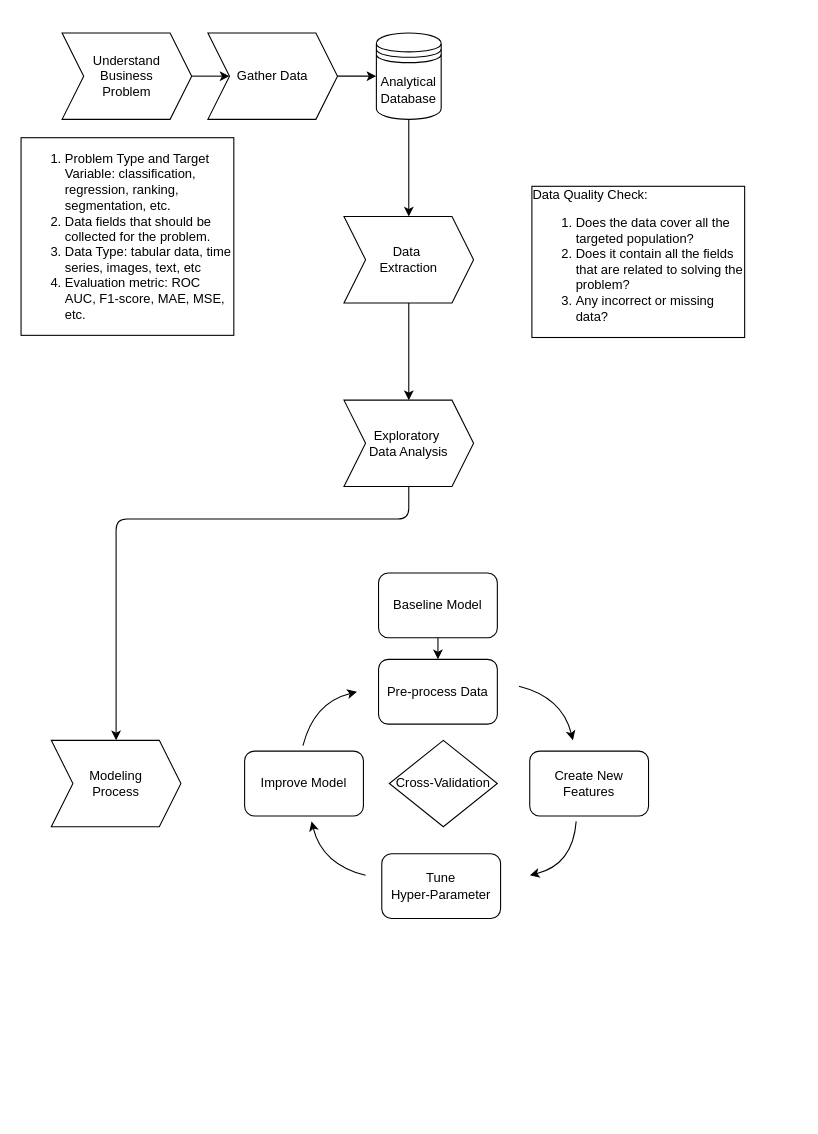
The draw.io diagram Concepts/model_process/ml_process.dio in southnorthist/kaggle_analysis, before the edit. Source tidied: cells renumbered, new cells numbered last; positions are measured from the earlier drawing's top-left corner, leaving out a move shared by most shapes. Both pictures are drawn from the tidied source at 108%, with x=0, y=0 at pixel (18, 32).
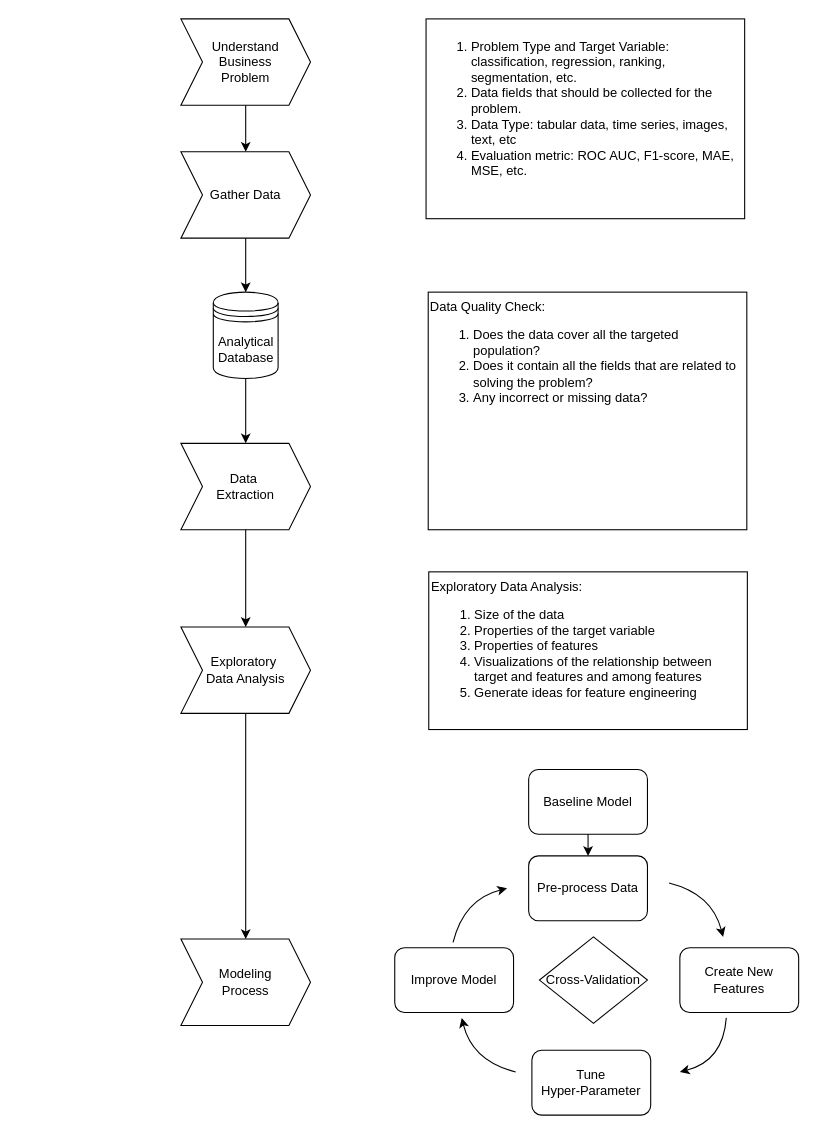
The same diagram, later.

Change to the diagram source:
```diff
@@
-    <mxCell id="2" value="&lt;div&gt;Understand&lt;/div&gt;Business&lt;div&gt;Problem&lt;/div&gt;" style="shape=step;perimeter=stepPerimeter;whiteSpace=wrap;html=1;fixedSize=1;" parent="1" vertex="1">
-      <mxGeometry x="40" width="120" height="80" as="geometry" />
+    <mxCell id="2" value="&lt;div&gt;Understand&lt;/div&gt;Business&lt;div&gt;Problem&lt;/div&gt;" style="shape=step;perimeter=stepPerimeter;whiteSpace=wrap;html=1;fixedSize=1;fillColor=#FFFFFF;fontColor=#000000;labelBorderColor=none;strokeColor=#000000;shadow=0;" parent="1" vertex="1">
+      <mxGeometry x="150" y="-13" width="120" height="80" as="geometry" />
     </mxCell>
-    <mxCell id="3" value="Gather Data" style="shape=step;perimeter=stepPerimeter;whiteSpace=wrap;html=1;fixedSize=1;" parent="1" vertex="1">
-      <mxGeometry x="175" width="120" height="80" as="geometry" />
+    <mxCell id="3" value="Gather Data" style="shape=step;perimeter=stepPerimeter;whiteSpace=wrap;html=1;fixedSize=1;size=20;strokeColor=#000000;fillColor=#FFFFFF;fontColor=#000000;shadow=0;labelBorderColor=none;" parent="1" vertex="1">
+      <mxGeometry x="150" y="110" width="120" height="80" as="geometry" />
     </mxCell>
-    <mxCell id="4" value="Data&amp;nbsp;&lt;div&gt;Extraction&lt;/div&gt;" style="shape=step;perimeter=stepPerimeter;whiteSpace=wrap;html=1;fixedSize=1;" parent="1" vertex="1">
-      <mxGeometry x="301" y="170" width="120" height="80" as="geometry" />
+    <mxCell id="4" value="Data&amp;nbsp;&lt;div&gt;Extraction&lt;/div&gt;" style="shape=step;perimeter=stepPerimeter;whiteSpace=wrap;html=1;fixedSize=1;fontColor=#000000;strokeColor=#000000;shadow=0;labelBorderColor=none;fillColor=#FFFFFF;" parent="1" vertex="1">
+      <mxGeometry x="150" y="380" width="120" height="80" as="geometry" />
     </mxCell>
-    <mxCell id="5" value="Exploratory&amp;nbsp;&lt;div&gt;Data Analysis&lt;/div&gt;" style="shape=step;perimeter=stepPerimeter;whiteSpace=wrap;html=1;fixedSize=1;" parent="1" vertex="1">
-      <mxGeometry x="301" y="340" width="120" height="80" as="geometry" />
+    <mxCell id="5" value="Exploratory&amp;nbsp;&lt;div&gt;Data Analysis&lt;/div&gt;" style="shape=step;perimeter=stepPerimeter;whiteSpace=wrap;html=1;fixedSize=1;fontColor=#000000;strokeColor=#000000;shadow=0;labelBorderColor=none;fillColor=#FFFFFF;" parent="1" vertex="1">
+      <mxGeometry x="150" y="550" width="120" height="80" as="geometry" />
     </mxCell>
-    <mxCell id="6" value="&lt;span&gt;Analytical&lt;/span&gt;&lt;div&gt;Database&lt;/div&gt;" style="shape=datastore;whiteSpace=wrap;html=1;" parent="1" vertex="1">
-      <mxGeometry x="331" width="60" height="80" as="geometry" />
+    <mxCell id="6" value="&lt;span&gt;Analytical&lt;/span&gt;&lt;div&gt;Database&lt;/div&gt;" style="shape=datastore;html=1;labelBackgroundColor=none;fillColor=#FFFFFF;strokeColor=#000000;fontColor=#000000;shadow=0;labelBorderColor=none;" parent="1" vertex="1">
+      <mxGeometry x="180" y="240" width="60" height="80" as="geometry" />
     </mxCell>
-    <mxCell id="7" value="&lt;div style=&quot;text-align: left&quot;&gt;&lt;ol&gt;&lt;li&gt;&lt;span style=&quot;letter-spacing: 0px&quot;&gt;Problem Type and Target Variable: classification, regression, ranking, segmentation, etc&lt;/span&gt;.&lt;/li&gt;&lt;li&gt;Data fields that should be collected for the problem.&lt;/li&gt;&lt;li&gt;Data Type: tabular data, time series, images, text, etc&lt;br&gt;&lt;/li&gt;&lt;li&gt;&lt;span style=&quot;letter-spacing: 0px&quot;&gt;Evaluation metric: ROC AUC, F1-score, MAE, MSE, etc.&lt;/span&gt;&lt;/li&gt;&lt;/ol&gt;&lt;/div&gt;" style="text;html=1;strokeColor=none;fillColor=none;align=left;verticalAlign=top;whiteSpace=wrap;rounded=0;horizontal=1;labelBorderColor=#000000;" parent="1" vertex="1">
-      <mxGeometry y="90" width="200" height="190" as="geometry" />
+    <mxCell id="7" value="&lt;div style=&quot;text-align: left&quot;&gt;&lt;ol&gt;&lt;li&gt;&lt;span style=&quot;background-color: initial; letter-spacing: 0px;&quot;&gt;Problem Type and Target Variable: classification, regression, ranking, segmentation, etc&lt;/span&gt;&lt;span style=&quot;background-color: initial;&quot;&gt;.&lt;/span&gt;&lt;/li&gt;&lt;li&gt;&lt;font&gt;Data fields that should be collected for the problem.&lt;/font&gt;&lt;/li&gt;&lt;li&gt;&lt;font&gt;Data Type: tabular data, time series, images, text, etc&lt;br&gt;&lt;/font&gt;&lt;/li&gt;&lt;li&gt;&lt;span style=&quot;letter-spacing: 0px&quot;&gt;&lt;font&gt;Evaluation metric: ROC AUC, F1-score, MAE, MSE, etc.&lt;/font&gt;&lt;/span&gt;&lt;/li&gt;&lt;/ol&gt;&lt;/div&gt;" style="text;html=1;strokeColor=#000000;fillColor=none;align=left;verticalAlign=top;whiteSpace=wrap;rounded=0;horizontal=1;labelBorderColor=none;fontColor=#000000;shadow=0;" parent="1" vertex="1">
+      <mxGeometry x="377" y="-13" width="295" height="185" as="geometry" />
     </mxCell>
-    <mxCell id="8" value="&lt;div style=&quot;text-align: left&quot;&gt;&lt;div&gt;Data Quality Check:&lt;/div&gt;&lt;ol&gt;&lt;li&gt;&lt;span style=&quot;letter-spacing: 0px&quot;&gt;Does the data cover all the targeted population?&lt;/span&gt;&lt;/li&gt;&lt;li&gt;Does it contain all the fields that are related to solving the problem?&lt;/li&gt;&lt;li&gt;Any incorrect or missing data?&lt;/li&gt;&lt;/ol&gt;&lt;/div&gt;" style="text;html=1;strokeColor=none;fillColor=none;align=left;verticalAlign=top;whiteSpace=wrap;rounded=0;horizontal=1;labelBorderColor=#000000;" parent="1" vertex="1">
-      <mxGeometry x="473" y="135" width="200" height="150" as="geometry" />
+    <mxCell id="8" value="&lt;div style=&quot;text-align: left&quot;&gt;&lt;div&gt;Data Quality Check:&lt;/div&gt;&lt;ol&gt;&lt;li&gt;&lt;span style=&quot;letter-spacing: 0px&quot;&gt;Does the data cover all the targeted population?&lt;/span&gt;&lt;/li&gt;&lt;li&gt;Does it contain all the fields that are related to solving the problem?&lt;/li&gt;&lt;li&gt;Any incorrect or missing data?&lt;/li&gt;&lt;/ol&gt;&lt;/div&gt;" style="text;html=1;strokeColor=#000000;fillColor=none;align=left;verticalAlign=top;whiteSpace=wrap;rounded=0;horizontal=1;labelBorderColor=none;fontColor=#000000;shadow=0;" parent="1" vertex="1">
+      <mxGeometry x="379" y="240" width="295" height="220" as="geometry" />
     </mxCell>
-    <mxCell id="9" style="curved=1;endArrow=classic;html=1;" parent="1" edge="1">
+    <mxCell id="9" style="curved=1;endArrow=classic;html=1;fontColor=#000000;strokeColor=#000000;shadow=0;labelBorderColor=none;" parent="1" edge="1">
       <mxGeometry relative="1" as="geometry">
-        <mxPoint x="263" y="660" as="sourcePoint" />
-        <mxPoint x="313" y="610" as="targetPoint" />
+        <mxPoint x="402" y="842" as="sourcePoint" />
+        <mxPoint x="452" y="792" as="targetPoint" />
         <Array as="points">
-          <mxPoint x="273" y="620" />
+          <mxPoint x="412" y="802" />
         </Array>
       </mxGeometry>
     </mxCell>
-    <mxCell id="10" style="endArrow=classic;html=1;entryX=0.5;entryY=0;exitX=0.5;exitY=1;" parent="1" edge="1" source="6" target="4">
+    <mxCell id="10" style="endArrow=classic;html=1;entryX=0.5;entryY=0;exitX=0.5;exitY=1;fontColor=#000000;strokeColor=#000000;shadow=0;labelBorderColor=none;" parent="1" edge="1" source="6" target="4">
       <mxGeometry relative="1" as="geometry" />
     </mxCell>
-    <mxCell id="11" style="endArrow=classic;html=1;exitX=1;exitY=0.5;entryX=0;entryY=0.5;" parent="1" edge="1" source="2" target="3">
+    <mxCell id="11" style="endArrow=classic;html=1;exitX=0.5;exitY=1;strokeColor=#000000;exitDx=0;exitDy=0;entryX=0.5;entryY=0;entryDx=0;entryDy=0;fontColor=#000000;shadow=0;labelBorderColor=none;" parent="1" edge="1" source="2" target="3">
       <mxGeometry relative="1" as="geometry" />
     </mxCell>
-    <mxCell id="12" style="endArrow=classic;html=1;exitX=1;exitY=0.5;entryX=0;entryY=0.5;" parent="1" edge="1" source="3" target="6">
-      <mxGeometry relative="1" as="geometry" />
+    <mxCell id="12" style="endArrow=classic;html=1;exitX=0.5;exitY=1;entryX=0.5;entryY=0;labelBackgroundColor=#000000;fontColor=#000000;labelBorderColor=none;strokeColor=#000000;shadow=0;" parent="1" edge="1" source="3" target="6">
+      <mxGeometry relative="1" as="geometry">
+        <Array as="points">
+          <mxPoint x="210" y="222" />
+        </Array>
+      </mxGeometry>
     </mxCell>
-    <mxCell id="13" style="endArrow=classic;html=1;exitX=0.5;exitY=1;" parent="1" edge="1" source="4" target="5">
+    <mxCell id="13" style="endArrow=classic;html=1;exitX=0.5;exitY=1;fontColor=#000000;strokeColor=#000000;shadow=0;labelBorderColor=none;" parent="1" edge="1" source="4" target="5">
       <mxGeometry relative="1" as="geometry" />
     </mxCell>
-    <mxCell id="14" style="curved=1;endArrow=classic;html=1;" parent="1" edge="1">
+    <mxCell id="14" style="curved=1;endArrow=classic;html=1;fontColor=#000000;strokeColor=#000000;shadow=0;labelBorderColor=none;" parent="1" edge="1">
       <mxGeometry relative="1" as="geometry">
-        <mxPoint x="321" y="780" as="sourcePoint" />
-        <mxPoint x="271" y="730" as="targetPoint" />
+        <mxPoint x="460" y="962" as="sourcePoint" />
+        <mxPoint x="410" y="912" as="targetPoint" />
         <Array as="points">
-          <mxPoint x="281" y="770" />
+          <mxPoint x="420" y="952" />
         </Array>
       </mxGeometry>
     </mxCell>
-    <mxCell id="15" value="Modeling&lt;div&gt;Process&lt;/div&gt;" style="shape=step;perimeter=stepPerimeter;whiteSpace=wrap;html=1;fixedSize=1;" parent="1" vertex="1">
-      <mxGeometry x="30" y="655" width="120" height="80" as="geometry" />
+    <mxCell id="15" value="Modeling&lt;div&gt;Process&lt;/div&gt;" style="shape=step;perimeter=stepPerimeter;whiteSpace=wrap;html=1;fixedSize=1;fontColor=#000000;strokeColor=#000000;shadow=0;labelBorderColor=none;fillColor=#FFFFFF;" parent="1" vertex="1">
+      <mxGeometry x="150" y="839" width="120" height="80" as="geometry" />
     </mxCell>
-    <mxCell id="16" style="endArrow=classic;html=1;entryX=0.5;entryY=0;exitX=0.5;exitY=1;" parent="1" edge="1" source="5" target="15">
+    <mxCell id="16" style="endArrow=classic;html=1;entryX=0.5;entryY=0;exitX=0.5;exitY=1;fontColor=#000000;strokeColor=#000000;shadow=0;labelBorderColor=none;" parent="1" edge="1" source="5" target="15">
       <mxGeometry relative="1" as="geometry">
         <Array as="points">
-          <mxPoint x="361" y="450" />
-          <mxPoint x="90" y="450" />
+          <mxPoint x="210" y="672" />
         </Array>
       </mxGeometry>
     </mxCell>
-    <mxCell id="17" style="curved=1;endArrow=classic;html=1;" parent="1" edge="1">
+    <mxCell id="17" style="curved=1;endArrow=classic;html=1;fontColor=#000000;strokeColor=#000000;shadow=0;labelBorderColor=none;" parent="1" edge="1">
       <mxGeometry relative="1" as="geometry">
-        <mxPoint x="463" y="605" as="sourcePoint" />
-        <mxPoint x="513" y="655" as="targetPoint" />
+        <mxPoint x="602" y="787" as="sourcePoint" />
+        <mxPoint x="652" y="837" as="targetPoint" />
         <Array as="points">
-          <mxPoint x="503" y="615" />
+          <mxPoint x="642" y="797" />
         </Array>
       </mxGeometry>
     </mxCell>
-    <mxCell id="18" value="Pre-process Data" style="rounded=1;whiteSpace=wrap;html=1;fillColor=#ffffff;align=center;" parent="1" vertex="1">
-      <mxGeometry x="333" y="580" width="110" height="60" as="geometry" />
+    <mxCell id="18" value="Pre-process Data" style="rounded=1;whiteSpace=wrap;html=1;fillColor=#ffffff;align=center;fontColor=#000000;strokeColor=#000000;shadow=0;labelBorderColor=none;" parent="1" vertex="1">
+      <mxGeometry x="472" y="762" width="110" height="60" as="geometry" />
     </mxCell>
-    <mxCell id="19" value="Create New&lt;div&gt;Features&lt;/div&gt;" style="rounded=1;whiteSpace=wrap;html=1;fillColor=#ffffff;align=center;" parent="1" vertex="1">
-      <mxGeometry x="473" y="665" width="110" height="60" as="geometry" />
+    <mxCell id="19" value="Create New&lt;div&gt;Features&lt;/div&gt;" style="rounded=1;whiteSpace=wrap;html=1;fillColor=#ffffff;align=center;fontColor=#000000;strokeColor=#000000;shadow=0;labelBorderColor=none;" parent="1" vertex="1">
+      <mxGeometry x="612" y="847" width="110" height="60" as="geometry" />
     </mxCell>
-    <mxCell id="20" style="curved=1;endArrow=classic;html=1;" parent="1" edge="1">
+    <mxCell id="20" style="curved=1;endArrow=classic;html=1;fontColor=#000000;strokeColor=#000000;shadow=0;labelBorderColor=none;" parent="1" edge="1">
       <mxGeometry relative="1" as="geometry">
-        <mxPoint x="516" y="730" as="sourcePoint" />
-        <mxPoint x="473" y="780" as="targetPoint" />
+        <mxPoint x="655" y="912" as="sourcePoint" />
+        <mxPoint x="612" y="962" as="targetPoint" />
         <Array as="points">
-          <mxPoint x="513" y="770" />
+          <mxPoint x="652" y="952" />
         </Array>
       </mxGeometry>
     </mxCell>
-    <mxCell id="21" value="&lt;div&gt;Tune&lt;/div&gt;Hyper-Parameter" style="rounded=1;whiteSpace=wrap;html=1;fillColor=#ffffff;align=center;" parent="1" vertex="1">
-      <mxGeometry x="336" y="760" width="110" height="60" as="geometry" />
+    <mxCell id="21" value="&lt;div&gt;Tune&lt;/div&gt;Hyper-Parameter" style="rounded=1;whiteSpace=wrap;html=1;fillColor=#ffffff;align=center;fontColor=#000000;strokeColor=#000000;shadow=0;labelBorderColor=none;" parent="1" vertex="1">
+      <mxGeometry x="475" y="942" width="110" height="60" as="geometry" />
     </mxCell>
-    <mxCell id="22" value="Cross-Validation" style="rhombus;whiteSpace=wrap;html=1;fillColor=#ffffff;align=center;" parent="1" vertex="1">
-      <mxGeometry x="343" y="655" width="100" height="80" as="geometry" />
+    <mxCell id="22" value="Cross-Validation" style="rhombus;whiteSpace=wrap;html=1;fillColor=#ffffff;align=center;fontColor=#000000;strokeColor=#000000;shadow=0;labelBorderColor=none;" parent="1" vertex="1">
+      <mxGeometry x="482" y="837" width="100" height="80" as="geometry" />
     </mxCell>
-    <mxCell id="23" value="Baseline Model" style="rounded=1;whiteSpace=wrap;html=1;fillColor=#ffffff;align=center;" parent="1" vertex="1">
-      <mxGeometry x="333" y="500" width="110" height="60" as="geometry" />
+    <mxCell id="23" value="Baseline Model" style="rounded=1;whiteSpace=wrap;html=1;fillColor=#ffffff;align=center;fontColor=#000000;strokeColor=#000000;shadow=0;labelBorderColor=none;" parent="1" vertex="1">
+      <mxGeometry x="472" y="682" width="110" height="60" as="geometry" />
     </mxCell>
-    <mxCell id="24" value="Improve Model&lt;div&gt;&lt;/div&gt;" style="rounded=1;whiteSpace=wrap;html=1;fillColor=#ffffff;align=center;" parent="1" vertex="1">
-      <mxGeometry x="209" y="665" width="110" height="60" as="geometry" />
+    <mxCell id="24" value="Improve Model&lt;div&gt;&lt;/div&gt;" style="rounded=1;whiteSpace=wrap;html=1;fillColor=#ffffff;align=center;fontColor=#000000;strokeColor=#000000;shadow=0;labelBorderColor=none;" parent="1" vertex="1">
+      <mxGeometry x="348" y="847" width="110" height="60" as="geometry" />
     </mxCell>
-    <mxCell id="25" style="endArrow=classic;html=1;exitX=0.5;exitY=1;entryX=0.5;entryY=0;" parent="1" edge="1" source="23" target="18">
+    <mxCell id="25" style="endArrow=classic;html=1;exitX=0.5;exitY=1;entryX=0.5;entryY=0;fontColor=#000000;strokeColor=#000000;shadow=0;labelBorderColor=none;" parent="1" edge="1" source="23" target="18">
       <mxGeometry relative="1" as="geometry" />
     </mxCell>
+    <mxCell id="26" value="&lt;div style=&quot;text-align: left&quot;&gt;&lt;div&gt;Exploratory Data Analysis:&lt;/div&gt;&lt;ol&gt;&lt;li&gt;Size of the data&lt;/li&gt;&lt;li&gt;Properties of the target variable&lt;/li&gt;&lt;li&gt;Properties of features&lt;/li&gt;&lt;li&gt;Visualizations of the relationship between target and features and among features&lt;/li&gt;&lt;li&gt;Generate ideas for feature engineering&lt;/li&gt;&lt;/ol&gt;&lt;/div&gt;" style="text;html=1;strokeColor=#000000;fillColor=none;align=left;verticalAlign=top;whiteSpace=wrap;rounded=0;horizontal=1;labelBorderColor=none;fontColor=#000000;shadow=0;" parent="1" vertex="1">
+      <mxGeometry x="379.5" y="499" width="295" height="146" as="geometry" />
+    </mxCell>
```
